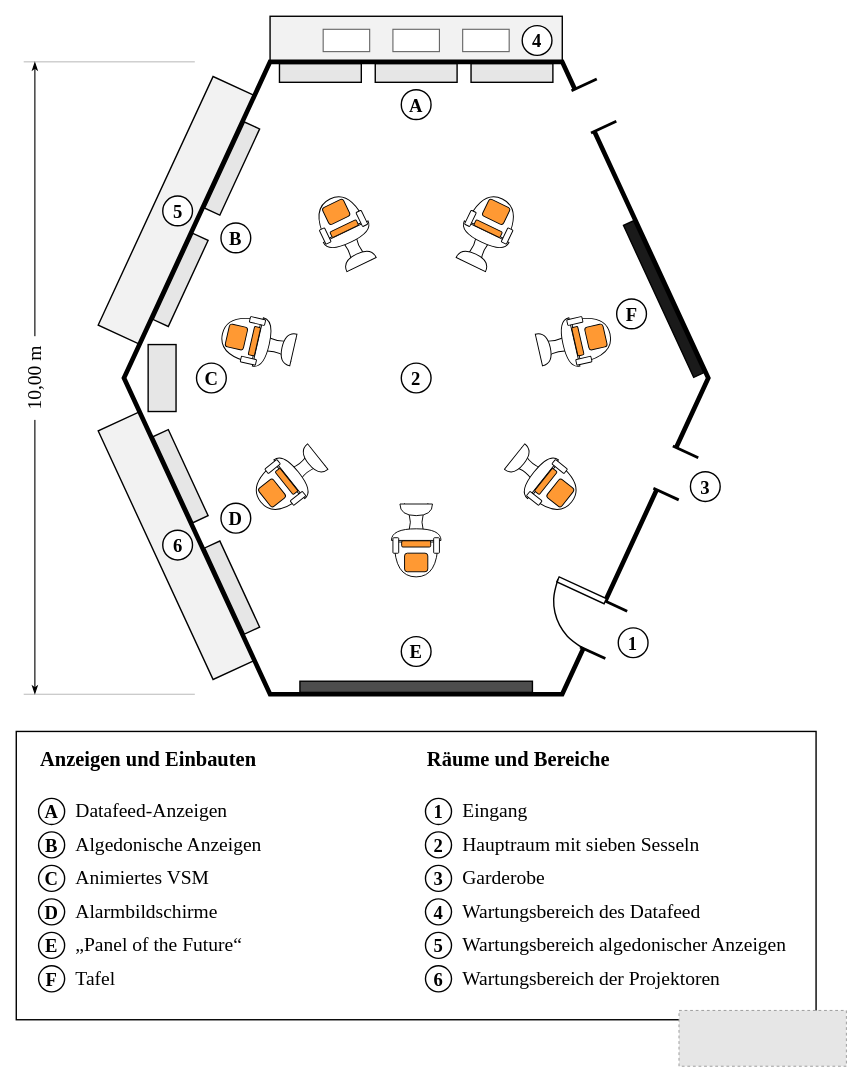
LevinTheDoctor/fom-typst-template keeps this draw.io diagram as abbildungen/Ops-Room.drawio. Above is the earlier version. Source tidied: cells renumbered, new cells numbered last; positions are measured from the earlier drawing's top-left corner, leaving out a move shared by most shapes. Both pictures are drawn from the tidied source at 93%, with x=0, y=0 at pixel (-7, 16). Pictures stored in the file or linked from it are replaced by grey dashed boxes.
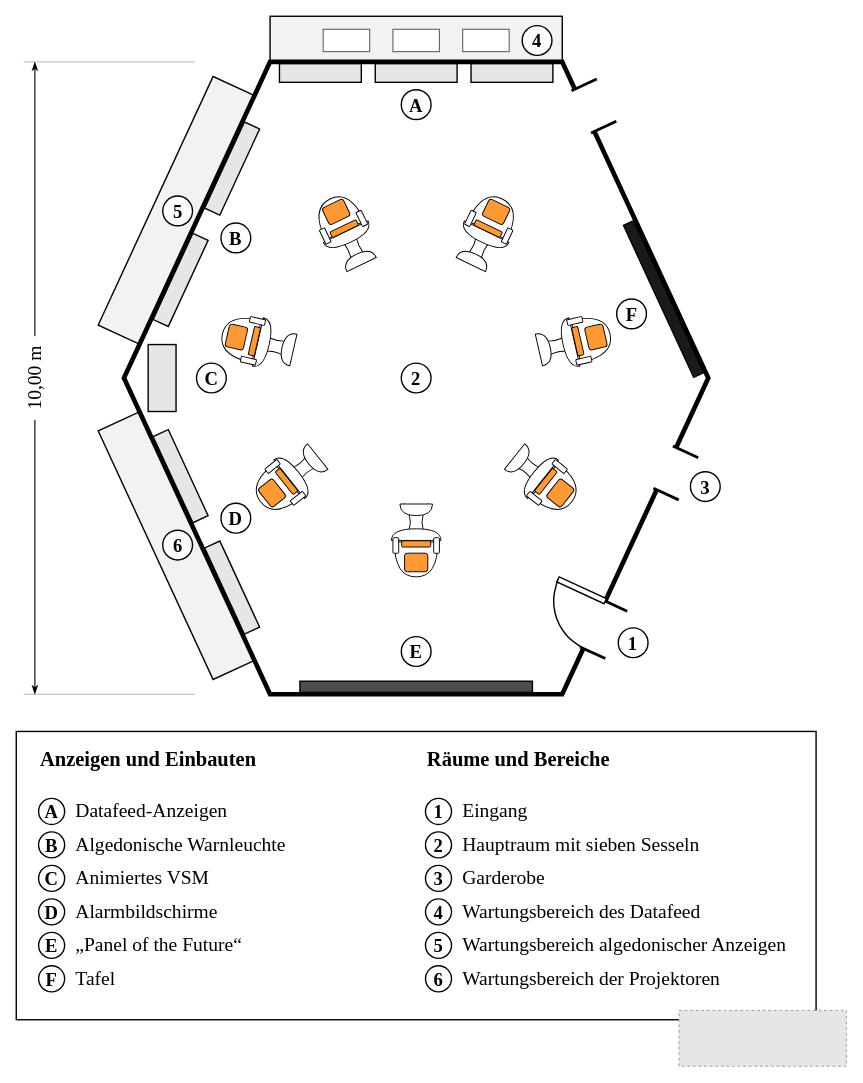
Above is the later version.

The edit, as a diff of the source:
```diff
@@
-    <mxCell id="115" value="Algedonische Anzeigen" style="text;html=1;align=left;verticalAlign=middle;whiteSpace=wrap;strokeColor=none;fillColor=none;fontFamily=Times New Roman;fontSize=21;" parent="1" vertex="1">
+    <mxCell id="115" value="Algedonische Warnleuchte" style="text;html=1;align=left;verticalAlign=middle;whiteSpace=wrap;strokeColor=none;fillColor=none;fontFamily=Times New Roman;fontSize=21;" parent="1" vertex="1">
       <mxGeometry x="87" y="877" width="340" height="28" as="geometry" />
     </mxCell>
```
